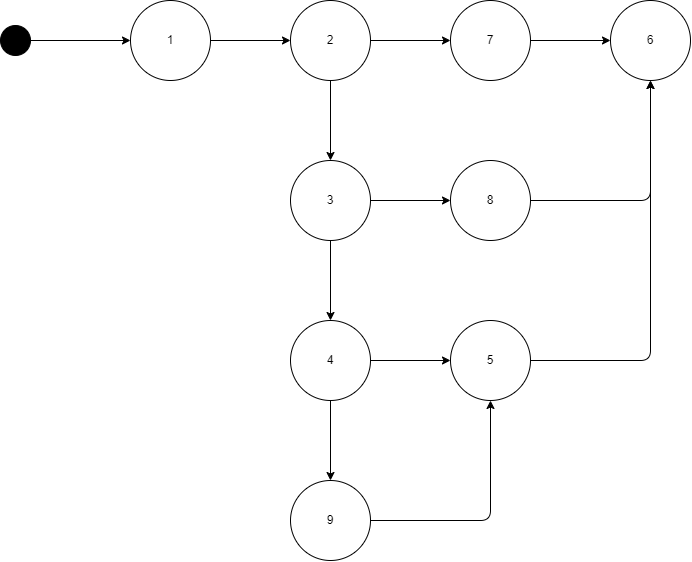
Before: Imagens/GFC.png, a diagram exported from draw.io (BrunoBorelliPro/realizarInscricao). Source tidied: cells renumbered, new cells last; positions are measured from the earlier drawing's top-left corner, leaving out a move shared by most shapes.
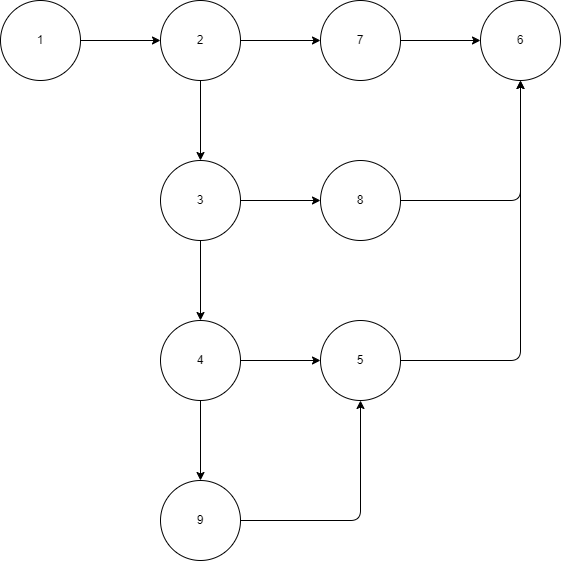
The same diagram one commit later.

Diff of the diagram source:
```diff
@@ -23,12 +23,6 @@
     <mxCell id="8" value="7" style="ellipse;whiteSpace=wrap;html=1;fillColor=rgb(255, 255, 255);" parent="1" vertex="1">
       <mxGeometry x="450" width="80" height="80" as="geometry" />
     </mxCell>
-    <mxCell id="9" style="edgeStyle=none;html=1;" parent="1" edge="1" source="10" target="3">
-      <mxGeometry relative="1" as="geometry" />
-    </mxCell>
-    <mxCell id="10" style="ellipse;fillColor=strokeColor;" parent="1" vertex="1">
-      <mxGeometry y="25" width="30" height="30" as="geometry" />
-    </mxCell>
     <mxCell id="11" style="edgeStyle=none;html=1;" parent="1" edge="1" source="13" target="16">
       <mxGeometry relative="1" as="geometry" />
     </mxCell>
```
